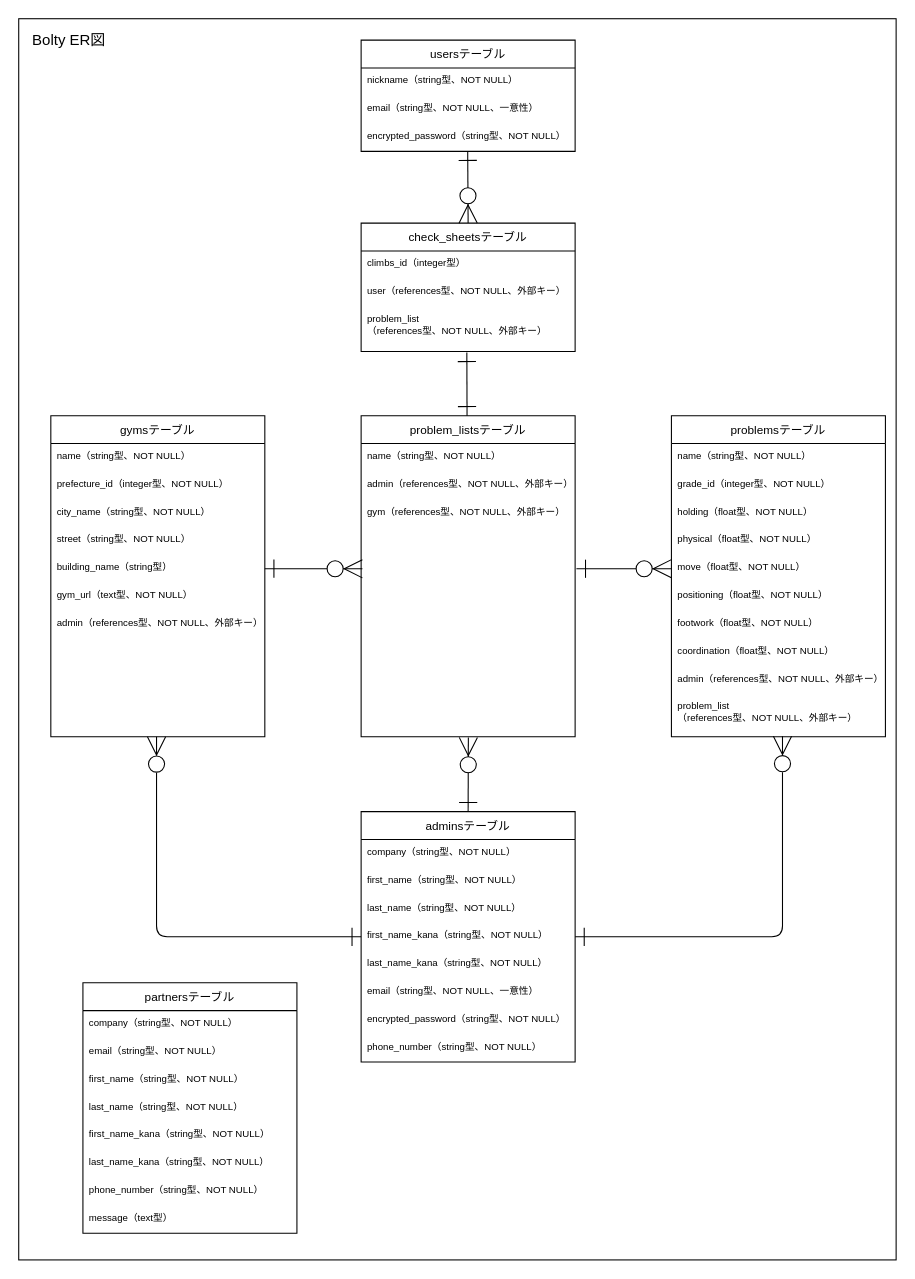
This is ER.drawio from kazukiwada01/bolty, a draw.io file, before an edit. Source tidied: cells renumbered, new cells numbered last; positions are measured from the earlier drawing's top-left corner, leaving out a move shared by most shapes. Both pictures are drawn from the tidied source at 107%, with x=0, y=0 at pixel (18, 18).
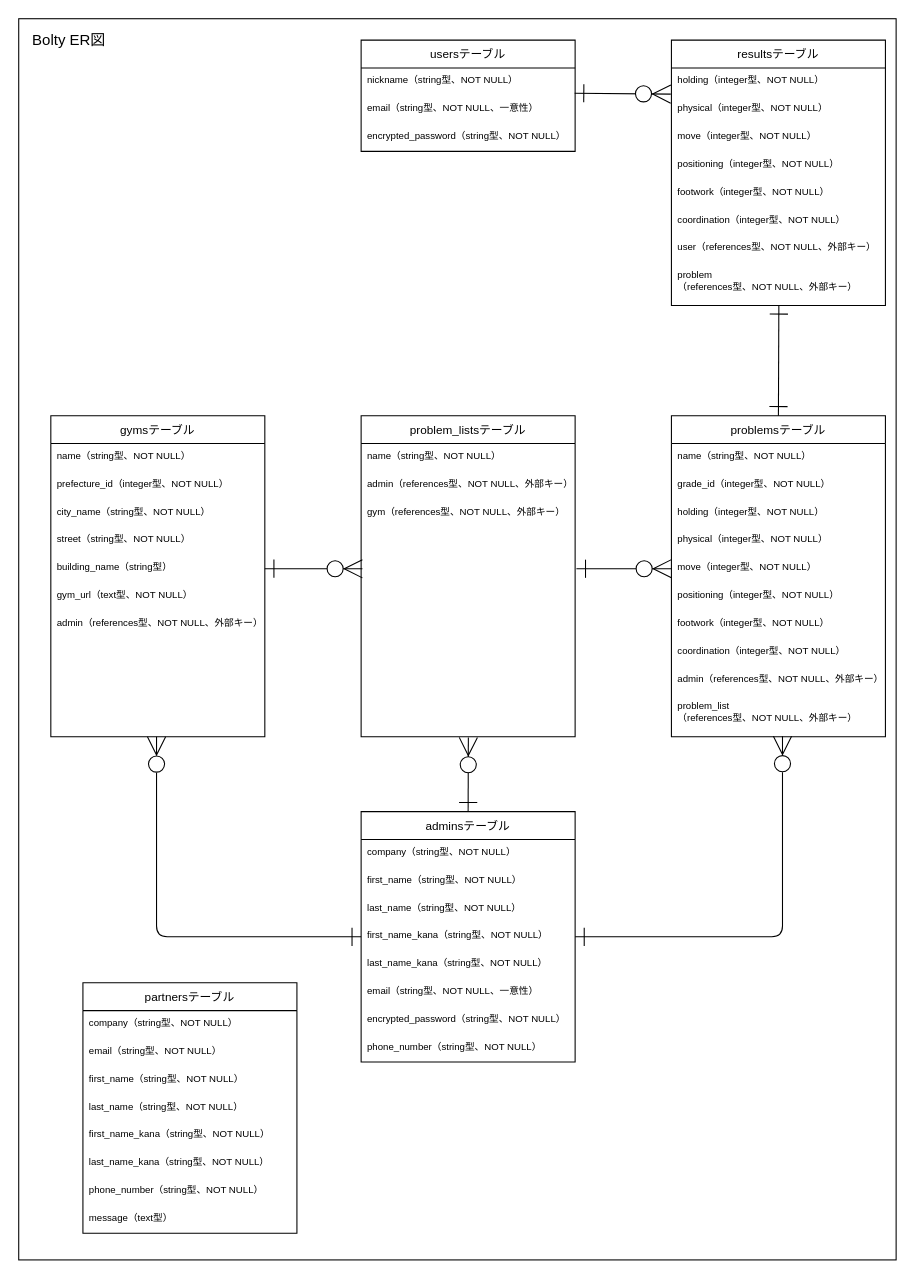
Above is the later version.

Unchanged cells that the change refers to:
```xml
<mxCell id="4" value="nickname（string型、NOT NULL）" style="text;strokeColor=none;fillColor=none;align=left;verticalAlign=top;spacingLeft=4;spacingRight=4;overflow=hidden;points=[[0,0.5],[1,0.5]];portConstraint=eastwest;fontColor=#000000;fontSize=9;" parent="3" vertex="1">
  <mxGeometry y="26" width="200" height="26" as="geometry" />
</mxCell>
<mxCell id="6" value="encrypted_password（string型、NOT NULL）" style="text;strokeColor=none;fillColor=none;align=left;verticalAlign=top;spacingLeft=4;spacingRight=4;overflow=hidden;points=[[0,0.5],[1,0.5]];portConstraint=eastwest;fontColor=#000000;fontSize=9;" parent="3" vertex="1">
  <mxGeometry y="78" width="200" height="26" as="geometry" />
</mxCell>
<mxCell id="25" value="problemsテーブル" style="swimlane;fontStyle=0;horizontal=1;startSize=26;fontSize=11;fillColor=#FFFFFF;fontColor=#000000;strokeColor=#000000;" parent="1" vertex="1">
  <mxGeometry x="610" y="371" width="200" height="300" as="geometry" />
</mxCell>
```

What changed in the source:
```diff
@@
-    <mxCell id="8" value="check_sheetsテーブル" style="swimlane;fontStyle=0;horizontal=1;startSize=26;fontSize=11;fillColor=#FFFFFF;fontColor=#000000;strokeColor=#000000;" parent="1" vertex="1">
-      <mxGeometry x="320" y="191" width="200" height="120" as="geometry" />
-    </mxCell>
-    <mxCell id="9" value="climbs_id（integer型）" style="text;strokeColor=none;fillColor=none;align=left;verticalAlign=top;spacingLeft=4;spacingRight=4;overflow=hidden;fontColor=#000000;fontSize=9;" parent="8" vertex="1">
-      <mxGeometry y="26" width="200" height="26" as="geometry" />
-    </mxCell>
-    <mxCell id="10" value="user（references型、NOT NULL、外部キー）" style="text;strokeColor=none;fillColor=none;align=left;verticalAlign=top;spacingLeft=4;spacingRight=4;overflow=hidden;fontColor=#000000;fontSize=9;" parent="8" vertex="1">
-      <mxGeometry y="52" width="200" height="26" as="geometry" />
-    </mxCell>
-    <mxCell id="11" value="problem_list&#10;（references型、NOT NULL、外部キー）" style="text;strokeColor=none;fillColor=none;align=left;verticalAlign=top;spacingLeft=4;spacingRight=4;overflow=hidden;points=[[0,0.5],[1,0.5]];portConstraint=eastwest;fontColor=#000000;fontSize=9;" parent="8" vertex="1">
-      <mxGeometry y="78" width="200" height="42" as="geometry" />
-    </mxCell>
@@
-    <mxCell id="28" value="holding（float型、NOT NULL）" style="text;strokeColor=none;fillColor=none;align=left;verticalAlign=top;spacingLeft=4;spacingRight=4;overflow=hidden;fontColor=#000000;fontSize=9;" parent="25" vertex="1">
+    <mxCell id="28" value="holding（integer型、NOT NULL）" style="text;strokeColor=none;fillColor=none;align=left;verticalAlign=top;spacingLeft=4;spacingRight=4;overflow=hidden;fontColor=#000000;fontSize=9;" parent="25" vertex="1">
       <mxGeometry y="78" width="200" height="26" as="geometry" />
     </mxCell>
-    <mxCell id="29" value="physical（float型、NOT NULL）" style="text;strokeColor=none;fillColor=none;align=left;verticalAlign=top;spacingLeft=4;spacingRight=4;overflow=hidden;fontColor=#000000;fontSize=9;" parent="25" vertex="1">
+    <mxCell id="29" value="physical（integer型、NOT NULL）" style="text;strokeColor=none;fillColor=none;align=left;verticalAlign=top;spacingLeft=4;spacingRight=4;overflow=hidden;fontColor=#000000;fontSize=9;" parent="25" vertex="1">
       <mxGeometry y="104" width="200" height="26" as="geometry" />
     </mxCell>
-    <mxCell id="30" value="move（float型、NOT NULL）" style="text;strokeColor=none;fillColor=none;align=left;verticalAlign=top;spacingLeft=4;spacingRight=4;overflow=hidden;points=[[0,0.5],[1,0.5]];portConstraint=eastwest;fontColor=#000000;fontSize=9;" parent="25" vertex="1">
+    <mxCell id="30" value="move（integer型、NOT NULL）" style="text;strokeColor=none;fillColor=none;align=left;verticalAlign=top;spacingLeft=4;spacingRight=4;overflow=hidden;points=[[0,0.5],[1,0.5]];portConstraint=eastwest;fontColor=#000000;fontSize=9;" parent="25" vertex="1">
       <mxGeometry y="130" width="200" height="26" as="geometry" />
     </mxCell>
-    <mxCell id="31" value="positioning（float型、NOT NULL）" style="text;strokeColor=none;fillColor=none;align=left;verticalAlign=top;spacingLeft=4;spacingRight=4;overflow=hidden;fontColor=#000000;fontSize=9;" parent="25" vertex="1">
+    <mxCell id="31" value="positioning（integer型、NOT NULL）" style="text;strokeColor=none;fillColor=none;align=left;verticalAlign=top;spacingLeft=4;spacingRight=4;overflow=hidden;fontColor=#000000;fontSize=9;" parent="25" vertex="1">
       <mxGeometry y="156" width="200" height="26" as="geometry" />
     </mxCell>
-    <mxCell id="32" value="footwork（float型、NOT NULL）" style="text;strokeColor=none;fillColor=none;align=left;verticalAlign=top;spacingLeft=4;spacingRight=4;overflow=hidden;fontColor=#000000;fontSize=9;" parent="25" vertex="1">
+    <mxCell id="32" value="footwork（integer型、NOT NULL）" style="text;strokeColor=none;fillColor=none;align=left;verticalAlign=top;spacingLeft=4;spacingRight=4;overflow=hidden;fontColor=#000000;fontSize=9;" parent="25" vertex="1">
       <mxGeometry y="182" width="200" height="26" as="geometry" />
     </mxCell>
-    <mxCell id="33" value="coordination（float型、NOT NULL）" style="text;strokeColor=none;fillColor=none;align=left;verticalAlign=top;spacingLeft=4;spacingRight=4;overflow=hidden;fontColor=#000000;fontSize=9;" parent="25" vertex="1">
+    <mxCell id="33" value="coordination（integer型、NOT NULL）" style="text;strokeColor=none;fillColor=none;align=left;verticalAlign=top;spacingLeft=4;spacingRight=4;overflow=hidden;fontColor=#000000;fontSize=9;" parent="25" vertex="1">
       <mxGeometry y="208" width="200" height="26" as="geometry" />
     </mxCell>
@@
-    <mxCell id="44" style="edgeStyle=none;html=1;exitX=0.5;exitY=0;exitDx=0;exitDy=0;fontSize=12;fontColor=#000000;startArrow=ERzeroToMany;startFill=1;endArrow=ERone;endFill=0;startSize=15;endSize=15;strokeColor=#000000;entryX=0.498;entryY=0.997;entryDx=0;entryDy=0;entryPerimeter=0;" parent="1" edge="1" source="8" target="6">
+    <mxCell id="44" style="edgeStyle=none;html=1;exitX=-0.003;exitY=-0.059;exitDx=0;exitDy=0;fontSize=12;fontColor=#000000;startArrow=ERzeroToMany;startFill=1;endArrow=ERone;endFill=0;startSize=15;endSize=15;strokeColor=#000000;entryX=0.998;entryY=0.907;entryDx=0;entryDy=0;entryPerimeter=0;exitPerimeter=0;" parent="1" edge="1" source="62" target="4">
       <mxGeometry relative="1" as="geometry" />
     </mxCell>
-    <mxCell id="45" style="edgeStyle=none;html=1;fontSize=12;fontColor=#000000;startArrow=ERone;startFill=0;endArrow=ERone;endFill=0;startSize=15;endSize=15;strokeColor=#000000;entryX=0.494;entryY=1.022;entryDx=0;entryDy=0;entryPerimeter=0;" parent="1" edge="1" target="11">
-      <mxGeometry relative="1" as="geometry">
-        <mxPoint x="419" y="371" as="sourcePoint" />
-      </mxGeometry>
+    <mxCell id="45" style="edgeStyle=none;html=1;fontSize=12;fontColor=#000000;startArrow=ERone;startFill=0;endArrow=ERone;endFill=0;startSize=15;endSize=15;strokeColor=#000000;entryX=0.502;entryY=0.988;entryDx=0;entryDy=0;entryPerimeter=0;exitX=0.5;exitY=0;exitDx=0;exitDy=0;" parent="1" edge="1" source="25" target="67">
+      <mxGeometry relative="1" as="geometry" />
     </mxCell>
@@
+    <mxCell id="60" value="resultsテーブル" style="swimlane;fontStyle=0;horizontal=1;startSize=26;fontSize=11;fillColor=#FFFFFF;fontColor=#000000;strokeColor=#000000;" parent="1" vertex="1">
+      <mxGeometry x="610" y="20" width="200" height="248" as="geometry" />
+    </mxCell>
+    <mxCell id="61" value="holding（integer型、NOT NULL）" style="text;strokeColor=none;fillColor=none;align=left;verticalAlign=top;spacingLeft=4;spacingRight=4;overflow=hidden;fontColor=#000000;fontSize=9;" parent="60" vertex="1">
+      <mxGeometry y="26" width="200" height="26" as="geometry" />
+    </mxCell>
+    <mxCell id="62" value="physical（integer型、NOT NULL）" style="text;strokeColor=none;fillColor=none;align=left;verticalAlign=top;spacingLeft=4;spacingRight=4;overflow=hidden;points=[[0,0.5],[1,0.5]];portConstraint=eastwest;fontColor=#000000;fontSize=9;" parent="60" vertex="1">
+      <mxGeometry y="52" width="200" height="26" as="geometry" />
+    </mxCell>
+    <mxCell id="63" value="move（integer型、NOT NULL）" style="text;strokeColor=none;fillColor=none;align=left;verticalAlign=top;spacingLeft=4;spacingRight=4;overflow=hidden;fontColor=#000000;fontSize=9;" parent="60" vertex="1">
+      <mxGeometry y="78" width="200" height="26" as="geometry" />
+    </mxCell>
+    <mxCell id="64" value="positioning（integer型、NOT NULL）" style="text;strokeColor=none;fillColor=none;align=left;verticalAlign=top;spacingLeft=4;spacingRight=4;overflow=hidden;fontColor=#000000;fontSize=9;" parent="60" vertex="1">
+      <mxGeometry y="104" width="200" height="26" as="geometry" />
+    </mxCell>
+    <mxCell id="65" value="footwork（integer型、NOT NULL）" style="text;strokeColor=none;fillColor=none;align=left;verticalAlign=top;spacingLeft=4;spacingRight=4;overflow=hidden;fontColor=#000000;fontSize=9;" parent="60" vertex="1">
+      <mxGeometry y="130" width="200" height="26" as="geometry" />
+    </mxCell>
+    <mxCell id="66" value="coordination（integer型、NOT NULL）" style="text;strokeColor=none;fillColor=none;align=left;verticalAlign=top;spacingLeft=4;spacingRight=4;overflow=hidden;fontColor=#000000;fontSize=9;" parent="60" vertex="1">
+      <mxGeometry y="156" width="200" height="26" as="geometry" />
+    </mxCell>
+    <mxCell id="10" value="user（references型、NOT NULL、外部キー）" style="text;strokeColor=none;fillColor=none;align=left;verticalAlign=top;spacingLeft=4;spacingRight=4;overflow=hidden;fontColor=#000000;fontSize=9;" parent="60" vertex="1">
+      <mxGeometry y="182" width="200" height="26" as="geometry" />
+    </mxCell>
+    <mxCell id="67" value="problem&#10;（references型、NOT NULL、外部キー）" style="text;strokeColor=none;fillColor=none;align=left;verticalAlign=top;spacingLeft=4;spacingRight=4;overflow=hidden;points=[[0,0.5],[1,0.5]];portConstraint=eastwest;fontColor=#000000;fontSize=9;" parent="60" vertex="1">
+      <mxGeometry y="208" width="200" height="40" as="geometry" />
+    </mxCell>
```
